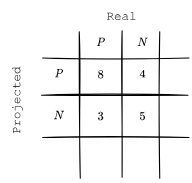
This is hw1/assets/hw1-1.1.svg from interro-potato/ml-homeworks, a draw.io export, as it was before one commit. Source tidied: cells renumbered, new cells last; positions are measured from the earlier drawing's top-left corner, leaving out a move shared by most shapes.
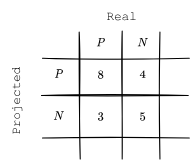
The same file after the commit.

The edit, as a diff of the source:
```diff
@@ -50,25 +50,22 @@
         <mxPoint x="194" y="130" as="targetPoint" />
       </mxGeometry>
     </mxCell>
-    <mxCell id="15" style="group;rotation=90;" parent="1" vertex="1">
-      <mxGeometry x="57" y="60" width="141" height="76" as="geometry" />
-    </mxCell>
-    <mxCell id="16" style="endArrow=none;html=1;rounded=0;sketch=1;" parent="15" edge="1">
+    <mxCell id="16" style="endArrow=none;html=1;rounded=0;sketch=1;" parent="1" edge="1">
       <mxGeometry relative="1" as="geometry">
-        <mxPoint x="109" y="-31" as="sourcePoint" />
-        <mxPoint x="109" y="109" as="targetPoint" />
+        <mxPoint x="166" y="29" as="sourcePoint" />
+        <mxPoint x="166" y="150" as="targetPoint" />
       </mxGeometry>
     </mxCell>
-    <mxCell id="17" style="endArrow=none;html=1;rounded=0;sketch=1;" parent="15" edge="1">
+    <mxCell id="17" style="endArrow=none;html=1;rounded=0;sketch=1;" parent="1" edge="1">
       <mxGeometry relative="1" as="geometry">
-        <mxPoint x="73" y="-32" as="sourcePoint" />
-        <mxPoint x="73" y="108" as="targetPoint" />
+        <mxPoint x="130" y="28" as="sourcePoint" />
+        <mxPoint x="130" y="150" as="targetPoint" />
       </mxGeometry>
     </mxCell>
-    <mxCell id="18" style="endArrow=none;html=1;rounded=0;sketch=1;" parent="15" edge="1">
+    <mxCell id="18" style="endArrow=none;html=1;rounded=0;sketch=1;" parent="1" edge="1">
       <mxGeometry relative="1" as="geometry">
-        <mxPoint x="32" y="-31" as="sourcePoint" />
-        <mxPoint x="33" y="109" as="targetPoint" />
+        <mxPoint x="89" y="29" as="sourcePoint" />
+        <mxPoint x="90" y="150" as="targetPoint" />
       </mxGeometry>
     </mxCell>
   </root>
```
